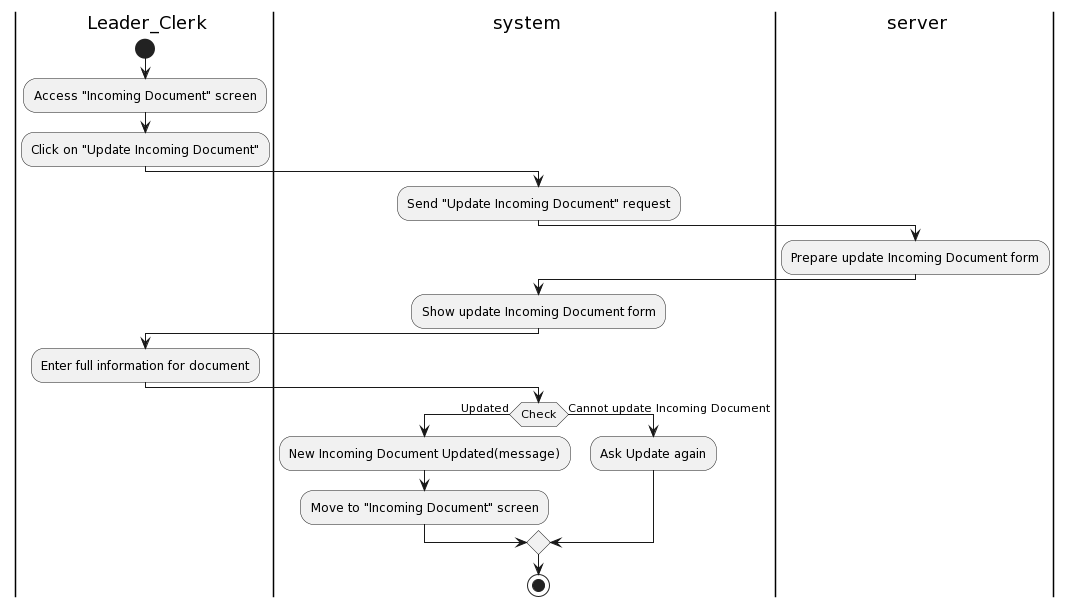
khoapham1003/SE357-Pratice-class keeps this PlantUML diagram as Lab1/Lab1.2/Activity Diagram/IncomingDocument/UpdateIncomingDocument/UpdateIncomingDocument.png. Above is the earlier version.
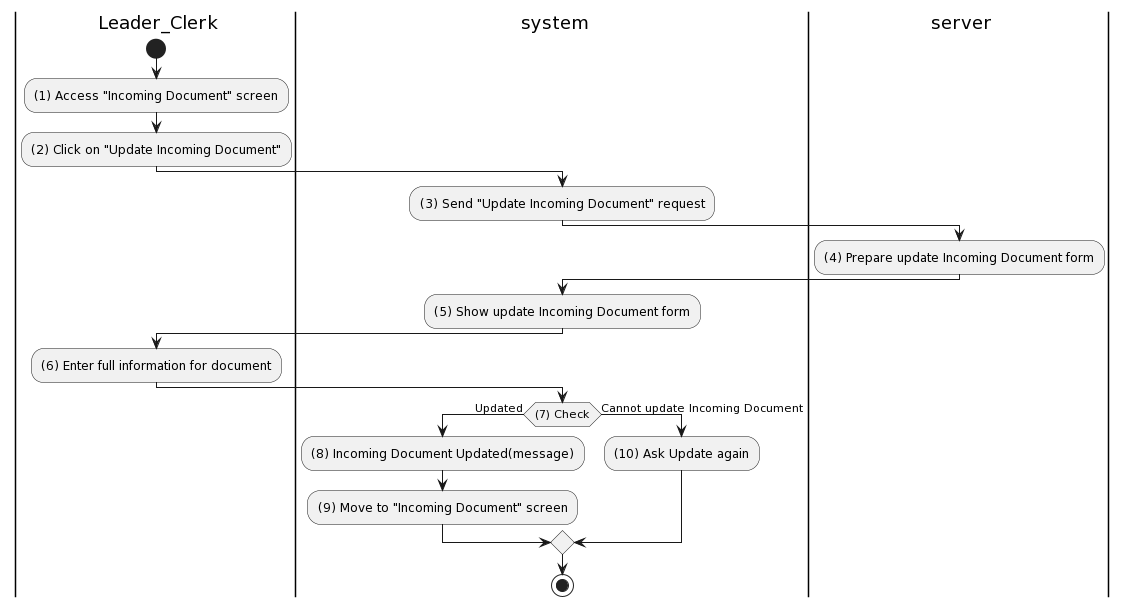
Later version of the same file.

Change to the diagram source:
```diff
@@ -4,22 +4,22 @@
 |ser| server
 |a|
 start
-:Access "Incoming Document" screen;
-:Click on "Update Incoming Document";
+:(1) Access "Incoming Document" screen;
+:(2) Click on "Update Incoming Document";
 |sys|
-:Send "Update Incoming Document" request;
+:(3) Send "Update Incoming Document" request;
 |ser|
-:Prepare update Incoming Document form;
+:(4) Prepare update Incoming Document form;
 |sys|
-:Show update Incoming Document form;
+:(5) Show update Incoming Document form;
 |a|
-:Enter full information for document;
+:(6) Enter full information for document;
 |sys|
-if(Check) then (Updated)
-:New Incoming Document Updated(message);
-:Move to "Incoming Document" screen;
+if((7) Check) then (Updated)
+:(8) Incoming Document Updated(message);
+:(9) Move to "Incoming Document" screen;
 else (Cannot update Incoming Document)
-:Ask Update again;
+:(10) Ask Update again;
 endif
 
 stop
```
